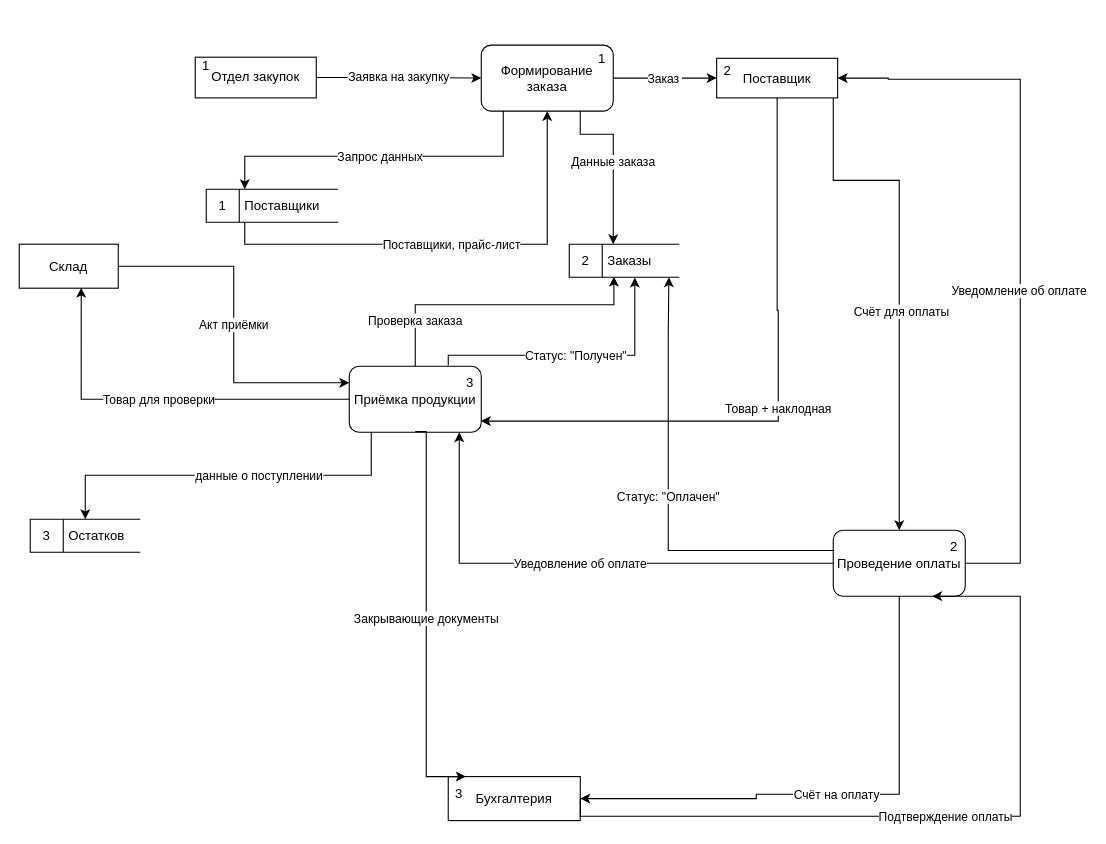
Earlier version of the draw.io diagram dfd_декомпозиция.drawio (Dasha-Angel/work). Source tidied: cells renumbered, new cells numbered last; positions are measured from the earlier drawing's top-left corner, leaving out a move shared by most shapes. Both pictures are drawn from the tidied source at 110%, with x=0, y=0 at pixel (19, 42).
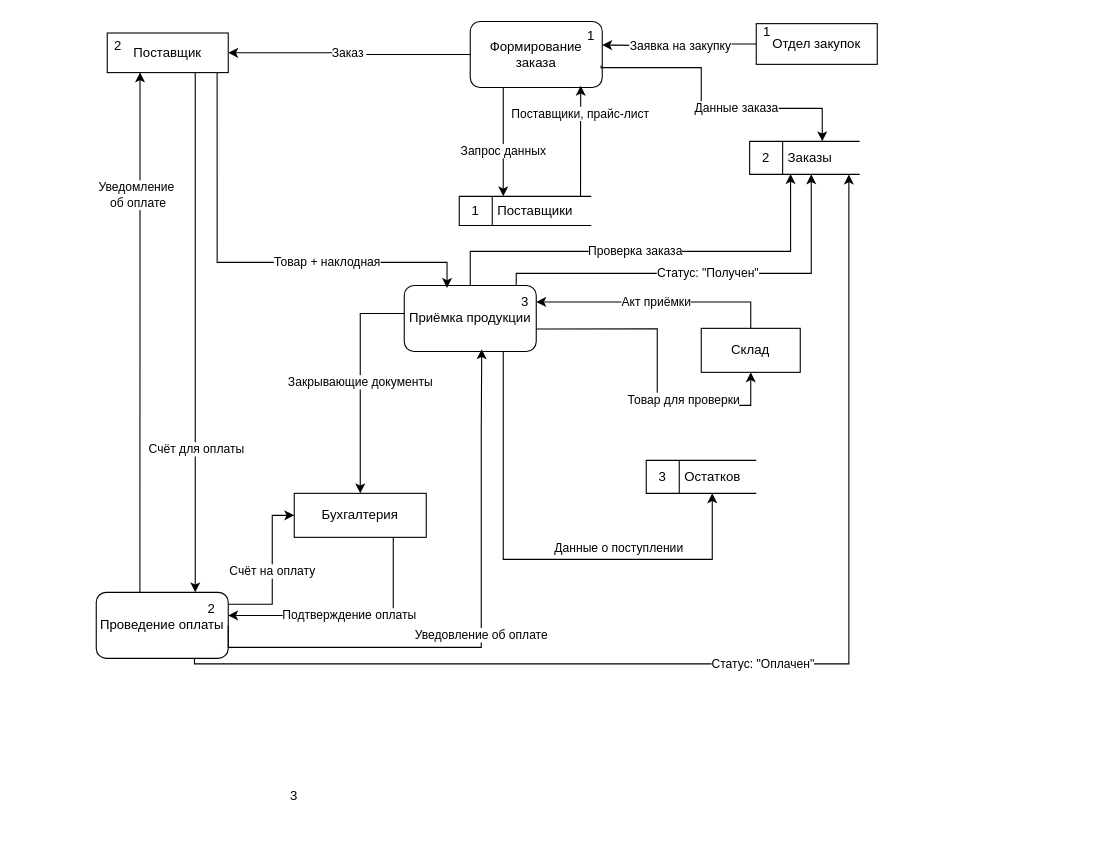
The same diagram, later.

The change refers to these unchanged cells:
```xml
<mxCell id="3" value="Отдел закупок" style="html=1;whiteSpace=wrap;" parent="2" vertex="1">
  <mxGeometry x="20" y="3" width="110" height="37" as="geometry" />
</mxCell>
<mxCell id="6" value="Поставщик" style="html=1;whiteSpace=wrap;" parent="5" vertex="1">
  <mxGeometry x="20" y="4" width="110" height="36" as="geometry" />
</mxCell>
<mxCell id="9" value="Формирование заказа" style="rounded=1;whiteSpace=wrap;html=1;" parent="8" vertex="1">
  <mxGeometry y="2.5" width="120" height="60" as="geometry" />
</mxCell>
<mxCell id="14" value="Проведение оплаты" style="rounded=1;whiteSpace=wrap;html=1;" parent="13" vertex="1">
  <mxGeometry width="120" height="60" as="geometry" />
</mxCell>
<mxCell id="17" value="Приёмка продукции" style="rounded=1;whiteSpace=wrap;html=1;" parent="16" vertex="1">
  <mxGeometry y="1" width="120" height="60" as="geometry" />
</mxCell>
<mxCell id="18" value="3" style="text;html=1;whiteSpace=wrap;strokeColor=none;fillColor=none;align=center;verticalAlign=middle;rounded=0;" parent="16" vertex="1">
  <mxGeometry x="100" y="1" width="20" height="30" as="geometry" />
</mxCell>
```

Diff of the diagram source:
```diff
@@
     <mxCell id="2" style="group;" parent="1" vertex="1">
-      <mxGeometry x="140" y="10.5" width="130" height="40" as="geometry" />
+      <mxGeometry x="650" y="-20" width="130" height="40" as="geometry" />
     </mxCell>
@@
     <mxCell id="5" style="group;" parent="1" vertex="1">
-      <mxGeometry x="614" y="10.5" width="130" height="54" as="geometry" />
+      <mxGeometry x="60" y="-12.5" width="130" height="54" as="geometry" />
     </mxCell>
@@
     <mxCell id="8" style="group;" parent="1" vertex="1">
-      <mxGeometry x="420" width="140" height="61" as="geometry" />
+      <mxGeometry x="410" y="-21.5" width="140" height="61" as="geometry" />
     </mxCell>
@@
-    <mxCell id="10" value="1" style="text;html=1;whiteSpace=wrap;strokeColor=none;fillColor=none;align=center;verticalAlign=middle;rounded=0;" parent="8" vertex="1">
-      <mxGeometry x="80" width="60" height="30" as="geometry" />
-    </mxCell>
-    <mxCell id="11" value="Заказ&amp;nbsp;" style="edgeStyle=orthogonalEdgeStyle;rounded=0;jettySize=auto;html=1;" parent="1" edge="1" source="9" target="6">
+    <mxCell id="11" value="Заказ&amp;nbsp;" style="edgeStyle=orthogonalEdgeStyle;rounded=0;jettySize=auto;html=1;exitX=0;exitY=0.5;exitDx=0;exitDy=0;" parent="1" edge="1" source="9" target="6">
       <mxGeometry relative="1" as="geometry" />
     </mxCell>
     <mxCell id="12" value="Бухгалтерия" style="rounded=0;whiteSpace=wrap;html=1;" parent="1" vertex="1">
-      <mxGeometry x="390" y="667.5" width="120" height="40" as="geometry" />
+      <mxGeometry x="250" y="410" width="120" height="40" as="geometry" />
     </mxCell>
     <mxCell id="13" style="group;" parent="1" vertex="1">
-      <mxGeometry x="740" y="443.5" width="140" height="60" as="geometry" />
+      <mxGeometry x="70" y="500" width="140" height="60" as="geometry" />
     </mxCell>
@@
     <mxCell id="15" value="2" style="text;html=1;whiteSpace=wrap;strokeColor=none;fillColor=none;align=center;verticalAlign=middle;rounded=0;" parent="13" vertex="1">
-      <mxGeometry x="80" width="60" height="30" as="geometry" />
+      <mxGeometry x="90" width="30" height="30" as="geometry" />
     </mxCell>
     <mxCell id="16" style="group;" parent="1" vertex="1">
-      <mxGeometry x="300" y="293.5" width="140" height="61" as="geometry" />
+      <mxGeometry x="350" y="220" width="140" height="61" as="geometry" />
     </mxCell>
@@
     <mxCell id="19" value="Склад" style="rounded=0;whiteSpace=wrap;html=1;" parent="1" vertex="1">
-      <mxGeometry y="183.5" width="90" height="40" as="geometry" />
+      <mxGeometry x="620" y="260" width="90" height="40" as="geometry" />
     </mxCell>
-    <mxCell id="20" value="Подтверждение оплаты" style="edgeStyle=orthogonalEdgeStyle;rounded=0;jettySize=auto;html=1;entryX=0.75;entryY=1;entryDx=0;entryDy=0;exitX=1;exitY=0.5;exitDx=0;exitDy=0;" parent="1" edge="1" source="12" target="14">
+    <mxCell id="20" value="Подтверждение оплаты" style="edgeStyle=orthogonalEdgeStyle;rounded=0;jettySize=auto;html=1;exitX=0.75;exitY=1;exitDx=0;exitDy=0;entryX=0.998;entryY=0.7;entryDx=0;entryDy=0;entryPerimeter=0;" parent="1" edge="1" source="12" target="15">
       <mxGeometry relative="1" as="geometry">
         <Array as="points">
-          <mxPoint x="510" y="703.5" />
-          <mxPoint x="910" y="703.5" />
+          <mxPoint x="340" y="521" />
         </Array>
       </mxGeometry>
     </mxCell>
-    <mxCell id="21" value="Товар + наклодная" style="edgeStyle=orthogonalEdgeStyle;rounded=0;jettySize=auto;html=1;entryX=0.997;entryY=0.83;entryDx=0;entryDy=0;entryPerimeter=0;" parent="1" edge="1" source="6" target="17">
-      <mxGeometry relative="1" as="geometry">
-        <Array as="points">
-          <mxPoint x="689" y="243.5" />
-          <mxPoint x="690" y="243.5" />
-          <mxPoint x="690" y="344.5" />
-        </Array>
-      </mxGeometry>
-    </mxCell>
-    <mxCell id="22" value="Поставщики, прайс-лист" style="edgeStyle=orthogonalEdgeStyle;rounded=0;jettySize=auto;html=1;entryX=0.5;entryY=1;entryDx=0;entryDy=0;" parent="1" edge="1" source="23" target="9">
-      <mxGeometry relative="1" as="geometry">
+    <mxCell id="22" value="Поставщики, прайс-лист" style="edgeStyle=orthogonalEdgeStyle;rounded=0;jettySize=auto;html=1;entryX=0.837;entryY=0.976;entryDx=0;entryDy=0;exitX=0.919;exitY=0.01;exitDx=0;exitDy=0;exitPerimeter=0;entryPerimeter=0;" parent="1" edge="1" source="23" target="9">
+      <mxGeometry x="0.48" relative="1" as="geometry">
         <Array as="points">
-          <mxPoint x="205" y="183.5" />
-          <mxPoint x="480" y="183.5" />
+          <mxPoint x="510" y="80" />
+          <mxPoint x="510" y="80" />
         </Array>
       </mxGeometry>
     </mxCell>
     <mxCell id="23" value="&amp;nbsp; 1&amp;nbsp; &amp;nbsp; &amp;nbsp;Поставщики" style="html=1;dashed=0;whiteSpace=wrap;shape=mxgraph.dfd.dataStoreID;align=left;spacingLeft=3;points=[[0,0],[0.5,0],[1,0],[0,0.5],[1,0.5],[0,1],[0.5,1],[1,1]];" parent="1" vertex="1">
-      <mxGeometry x="170" y="133.5" width="120" height="30" as="geometry" />
+      <mxGeometry x="400" y="140" width="120" height="26.5" as="geometry" />
     </mxCell>
-    <mxCell id="24" value="Заявка на закупку" style="edgeStyle=orthogonalEdgeStyle;rounded=0;jettySize=auto;html=1;entryX=0;entryY=0.5;entryDx=0;entryDy=0;" parent="1" edge="1" source="3" target="9">
-      <mxGeometry relative="1" as="geometry" />
+    <mxCell id="24" value="Заявка на закупку" style="edgeStyle=orthogonalEdgeStyle;rounded=0;jettySize=auto;html=1;" parent="1" edge="1" source="3">
+      <mxGeometry relative="1" as="geometry">
+        <mxPoint x="530" y="2.5" as="targetPoint" />
+      </mxGeometry>
     </mxCell>
     <mxCell id="25" value="&amp;nbsp; 2&amp;nbsp; &amp;nbsp; &amp;nbsp;Заказы" style="html=1;dashed=0;whiteSpace=wrap;shape=mxgraph.dfd.dataStoreID;align=left;spacingLeft=3;points=[[0,0],[0.5,0],[1,0],[0,0.5],[1,0.5],[0,1],[0.5,1],[1,1]];" parent="1" vertex="1">
-      <mxGeometry x="500" y="183.5" width="100" height="30" as="geometry" />
+      <mxGeometry x="664" y="90" width="100" height="30" as="geometry" />
     </mxCell>
-    <mxCell id="26" value="Данные заказа" style="edgeStyle=orthogonalEdgeStyle;rounded=0;jettySize=auto;html=1;exitX=0.75;exitY=1;exitDx=0;exitDy=0;" parent="1" edge="1" source="9">
-      <mxGeometry relative="1" as="geometry">
-        <mxPoint x="540" y="183.5" as="targetPoint" />
+    <mxCell id="26" value="Данные заказа" style="edgeStyle=orthogonalEdgeStyle;rounded=0;jettySize=auto;html=1;exitX=0.991;exitY=0.667;exitDx=0;exitDy=0;exitPerimeter=0;" parent="1" edge="1" source="9">
+      <mxGeometry x="0.2" relative="1" as="geometry">
+        <mxPoint x="730" y="90" as="targetPoint" />
         <Array as="points">
-          <mxPoint x="510" y="83.5" />
-          <mxPoint x="540" y="83.5" />
+          <mxPoint x="620" y="23" />
+          <mxPoint x="620" y="60" />
+          <mxPoint x="730" y="60" />
         </Array>
       </mxGeometry>
     </mxCell>
-    <mxCell id="27" value="Статус: &quot;Оплачен&quot;" style="edgeStyle=orthogonalEdgeStyle;rounded=0;jettySize=auto;html=1;entryX=0.906;entryY=1.005;entryDx=0;entryDy=0;exitX=0.008;exitY=0.307;exitDx=0;exitDy=0;exitPerimeter=0;entryPerimeter=0;" parent="1" edge="1" source="14" target="25">
+    <mxCell id="27" value="Статус: &quot;Оплачен&quot;" style="edgeStyle=orthogonalEdgeStyle;rounded=0;jettySize=auto;html=1;entryX=0.902;entryY=1.008;entryDx=0;entryDy=0;exitX=0.744;exitY=0.997;exitDx=0;exitDy=0;entryPerimeter=0;exitPerimeter=0;" parent="1" edge="1" source="14" target="25">
       <mxGeometry relative="1" as="geometry">
         <Array as="points">
-          <mxPoint x="590" y="461.5" />
-          <mxPoint x="590" y="263.5" />
-          <mxPoint x="591" y="263.5" />
+          <mxPoint x="159" y="565" />
+          <mxPoint x="754" y="565" />
         </Array>
       </mxGeometry>
     </mxCell>
-    <mxCell id="28" value="Уведовление об оплате" style="edgeStyle=orthogonalEdgeStyle;rounded=0;jettySize=auto;html=1;" parent="1" edge="1" source="14" target="17">
+    <mxCell id="28" value="Уведовление об оплате" style="edgeStyle=orthogonalEdgeStyle;rounded=0;jettySize=auto;html=1;entryX=0.587;entryY=0.966;entryDx=0;entryDy=0;entryPerimeter=0;exitX=1;exitY=0.5;exitDx=0;exitDy=0;" parent="1" edge="1" source="14" target="17">
       <mxGeometry relative="1" as="geometry">
         <Array as="points">
-          <mxPoint x="400" y="473.5" />
+          <mxPoint x="190" y="550" />
+          <mxPoint x="420" y="550" />
+          <mxPoint x="420" y="352" />
         </Array>
       </mxGeometry>
     </mxCell>
-    <mxCell id="29" value="Акт приёмки" style="edgeStyle=orthogonalEdgeStyle;rounded=0;jettySize=auto;html=1;entryX=0;entryY=0.25;entryDx=0;entryDy=0;" parent="1" edge="1" source="19" target="17">
+    <mxCell id="29" value="Акт приёмки" style="edgeStyle=orthogonalEdgeStyle;rounded=0;jettySize=auto;html=1;entryX=1;entryY=0.5;entryDx=0;entryDy=0;exitX=0.5;exitY=0;exitDx=0;exitDy=0;" parent="1" edge="1" source="19" target="18">
       <mxGeometry relative="1" as="geometry" />
     </mxCell>
-    <mxCell id="30" value="Товар для проверки" style="edgeStyle=orthogonalEdgeStyle;rounded=0;jettySize=auto;html=1;entryX=0.626;entryY=0.988;entryDx=0;entryDy=0;entryPerimeter=0;" parent="1" edge="1" source="17" target="19">
-      <mxGeometry relative="1" as="geometry" />
+    <mxCell id="30" value="Товар для проверки" style="edgeStyle=orthogonalEdgeStyle;rounded=0;jettySize=auto;html=1;entryX=0.5;entryY=1;entryDx=0;entryDy=0;exitX=1.002;exitY=0.659;exitDx=0;exitDy=0;exitPerimeter=0;" parent="1" edge="1" source="17" target="19">
+      <mxGeometry x="0.38" y="5" relative="1" as="geometry">
+        <Array as="points">
+          <mxPoint x="580" y="261" />
+          <mxPoint x="580" y="330" />
+          <mxPoint x="665" y="330" />
+        </Array>
+      </mxGeometry>
     </mxCell>
     <mxCell id="31" value="&amp;nbsp; 3&amp;nbsp; &amp;nbsp; &amp;nbsp;Остатков" style="html=1;dashed=0;whiteSpace=wrap;shape=mxgraph.dfd.dataStoreID;align=left;spacingLeft=3;points=[[0,0],[0.5,0],[1,0],[0,0.5],[1,0.5],[0,1],[0.5,1],[1,1]];" parent="1" vertex="1">
-      <mxGeometry x="10" y="433.5" width="100" height="30" as="geometry" />
+      <mxGeometry x="570" y="380" width="100" height="30" as="geometry" />
     </mxCell>
-    <mxCell id="32" value="Запрос данных" style="edgeStyle=orthogonalEdgeStyle;rounded=0;jettySize=auto;html=1;" parent="1" edge="1" source="9" target="23">
-      <mxGeometry relative="1" as="geometry">
+    <mxCell id="32" value="Запрос данных" style="edgeStyle=orthogonalEdgeStyle;rounded=0;jettySize=auto;html=1;" parent="1" edge="1" source="9">
+      <mxGeometry x="0.18" relative="1" as="geometry">
+        <mxPoint x="440" y="140" as="targetPoint" />
         <Array as="points">
-          <mxPoint x="440" y="103.5" />
-          <mxPoint x="205" y="103.5" />
+          <mxPoint x="440" y="140" />
         </Array>
       </mxGeometry>
     </mxCell>
-    <mxCell id="33" style="edgeStyle=orthogonalEdgeStyle;rounded=0;jettySize=auto;html=1;" parent="1" edge="1" source="6" target="14">
+    <mxCell id="33" style="edgeStyle=orthogonalEdgeStyle;rounded=0;jettySize=auto;html=1;exitX=0.727;exitY=1.001;exitDx=0;exitDy=0;exitPerimeter=0;" parent="1" edge="1" source="6">
       <mxGeometry relative="1" as="geometry">
+        <mxPoint x="160" y="500" as="targetPoint" />
         <Array as="points">
-          <mxPoint x="740" y="125.5" />
+          <mxPoint x="160" y="32" />
+          <mxPoint x="160" y="32" />
         </Array>
       </mxGeometry>
     </mxCell>
     <mxCell id="34" value="Счёт для оплаты" style="edgeLabel;html=1;align=center;verticalAlign=middle;" parent="33" vertex="1">
-      <mxGeometry x="0.12" y="1" relative="1" as="geometry" />
+      <mxGeometry x="0.12" y="1" relative="1" as="geometry">
+        <mxPoint x="-1" y="77" as="offset" />
+      </mxGeometry>
     </mxCell>
-    <mxCell id="35" value="Счёт на оплату" style="edgeStyle=orthogonalEdgeStyle;rounded=0;jettySize=auto;html=1;endArrow=classic;endFill=1;" parent="1" edge="1" source="14" target="12">
+    <mxCell id="35" value="Счёт на оплату" style="edgeStyle=orthogonalEdgeStyle;rounded=0;jettySize=auto;html=1;endArrow=classic;endFill=1;exitX=1;exitY=0.359;exitDx=0;exitDy=0;exitPerimeter=0;" parent="1" edge="1" source="15" target="12">
       <mxGeometry relative="1" as="geometry">
         <Array as="points">
-          <mxPoint x="800" y="683.5" />
-          <mxPoint x="670" y="683.5" />
-          <mxPoint x="670" y="687.5" />
+          <mxPoint x="230" y="511" />
+          <mxPoint x="230" y="430" />
         </Array>
       </mxGeometry>
     </mxCell>
-    <mxCell id="36" style="edgeStyle=orthogonalEdgeStyle;rounded=0;jettySize=auto;html=1;entryX=1;entryY=0.5;entryDx=0;entryDy=0;" parent="1" edge="1" source="14" target="6">
-      <mxGeometry relative="1" as="geometry">
-        <Array as="points">
-          <mxPoint x="910" y="473.5" />
-          <mxPoint x="910" y="33.5" />
-          <mxPoint x="790" y="33.5" />
-          <mxPoint x="790" y="32.5" />
-        </Array>
-      </mxGeometry>
-    </mxCell>
-    <mxCell id="37" value="Уведомление об оплате" style="edgeLabel;html=1;align=center;verticalAlign=middle;" parent="36" vertex="1">
-      <mxGeometry x="0.19" y="2" relative="1" as="geometry">
-        <mxPoint y="93" as="offset" />
-      </mxGeometry>
-    </mxCell>
-    <mxCell id="38" value="Проверка заказа" style="edgeStyle=orthogonalEdgeStyle;rounded=0;jettySize=auto;html=1;entryX=0.406;entryY=0.983;entryDx=0;entryDy=0;exitX=0.5;exitY=0;exitDx=0;exitDy=0;entryPerimeter=0;" parent="1" edge="1" source="17" target="25">
-      <mxGeometry x="-0.68" relative="1" as="geometry">
+    <mxCell id="38" value="Проверка заказа" style="edgeStyle=orthogonalEdgeStyle;rounded=0;jettySize=auto;html=1;entryX=0.372;entryY=0.992;entryDx=0;entryDy=0;exitX=0.5;exitY=0;exitDx=0;exitDy=0;entryPerimeter=0;" parent="1" edge="1" source="17" target="25">
+      <mxGeometry x="-0.08" relative="1" as="geometry">
         <Array as="points">
-          <mxPoint x="360" y="238.5" />
-          <mxPoint x="541" y="238.5" />
-          <mxPoint x="541" y="213.5" />
-          <mxPoint x="541" y="213.5" />
+          <mxPoint x="410" y="190" />
+          <mxPoint x="701" y="190" />
+          <mxPoint x="701" y="120" />
         </Array>
       </mxGeometry>
     </mxCell>
-    <mxCell id="39" value="Статус: &quot;Получен&quot;" style="edgeStyle=orthogonalEdgeStyle;rounded=0;jettySize=auto;html=1;entryX=0.596;entryY=1.009;entryDx=0;entryDy=0;entryPerimeter=0;" parent="1" edge="1" target="25">
+    <mxCell id="39" value="Статус: &quot;Получен&quot;" style="edgeStyle=orthogonalEdgeStyle;rounded=0;jettySize=auto;html=1;exitX=0.848;exitY=0;exitDx=0;exitDy=0;exitPerimeter=0;" parent="1" edge="1" source="17">
       <mxGeometry relative="1" as="geometry">
-        <mxPoint x="390" y="293.5" as="sourcePoint" />
+        <mxPoint x="720" y="120" as="targetPoint" />
         <Array as="points">
-          <mxPoint x="390" y="284.5" />
-          <mxPoint x="560" y="284.5" />
-          <mxPoint x="560" y="213.5" />
+          <mxPoint x="452" y="210" />
+          <mxPoint x="720" y="210" />
         </Array>
       </mxGeometry>
     </mxCell>
-    <mxCell id="40" value="данные о поступлении" style="edgeStyle=orthogonalEdgeStyle;rounded=0;jettySize=auto;html=1;entryX=0.5;entryY=0;entryDx=0;entryDy=0;" parent="1" edge="1" source="17" target="31">
-      <mxGeometry x="-0.17" relative="1" as="geometry">
+    <mxCell id="40" value="Данные о поступлении" style="edgeStyle=orthogonalEdgeStyle;rounded=0;jettySize=auto;html=1;exitX=0.75;exitY=1;exitDx=0;exitDy=0;" parent="1" edge="1" source="17">
+      <mxGeometry x="0.34" y="10" relative="1" as="geometry">
+        <mxPoint x="630" y="410" as="targetPoint" />
         <Array as="points">
-          <mxPoint x="320" y="393.5" />
-          <mxPoint x="60" y="393.5" />
+          <mxPoint x="440" y="470" />
+          <mxPoint x="630" y="470" />
+          <mxPoint x="630" y="410" />
         </Array>
       </mxGeometry>
     </mxCell>
-    <mxCell id="41" value="Закрывающие документы" style="edgeStyle=orthogonalEdgeStyle;rounded=0;orthogonalLoop=1;jettySize=auto;html=1;entryX=0.133;entryY=0.014;entryDx=0;entryDy=0;entryPerimeter=0;" parent="1" edge="1">
+    <mxCell id="41" value="Закрывающие документы" style="edgeStyle=orthogonalEdgeStyle;rounded=0;jettySize=auto;html=1;entryX=0.5;entryY=0;entryDx=0;entryDy=0;exitX=0;exitY=0.425;exitDx=0;exitDy=0;exitPerimeter=0;" parent="1" edge="1" source="17" target="12">
       <mxGeometry relative="1" as="geometry">
-        <mxPoint x="360" y="353.9" as="sourcePoint" />
-        <mxPoint x="406" y="667.5" as="targetPoint" />
         <Array as="points">
-          <mxPoint x="370" y="353.5" />
-          <mxPoint x="370" y="667.5" />
+          <mxPoint x="310" y="247" />
         </Array>
       </mxGeometry>
     </mxCell>
     <mxCell id="42" value="3" style="text;html=1;whiteSpace=wrap;strokeColor=none;fillColor=none;align=center;verticalAlign=middle;rounded=0;" parent="1" vertex="1">
-      <mxGeometry x="370" y="667.5" width="60" height="30" as="geometry" />
+      <mxGeometry x="220" y="669.5" width="60" height="30" as="geometry" />
     </mxCell>
+    <mxCell id="36" style="edgeStyle=orthogonalEdgeStyle;rounded=0;orthogonalLoop=1;jettySize=auto;html=1;entryX=0.271;entryY=1.01;entryDx=0;entryDy=0;entryPerimeter=0;exitX=0.331;exitY=0.009;exitDx=0;exitDy=0;exitPerimeter=0;" parent="1" edge="1">
+      <mxGeometry relative="1" as="geometry">
+        <mxPoint x="109.7" y="500" as="sourcePoint" />
+        <mxPoint x="109.8" y="27.3" as="targetPoint" />
+        <Array as="points">
+          <mxPoint x="110" y="491" />
+          <mxPoint x="110" y="491" />
+        </Array>
+      </mxGeometry>
+    </mxCell>
+    <mxCell id="37" value="Уведомление&amp;nbsp;&lt;div&gt;об оплате&lt;/div&gt;" style="edgeLabel;html=1;align=center;verticalAlign=middle;" parent="36" vertex="1">
+      <mxGeometry x="0.19" y="2" relative="1" as="geometry">
+        <mxPoint y="-80" as="offset" />
+      </mxGeometry>
+    </mxCell>
+    <mxCell id="10" value="1" style="text;html=1;whiteSpace=wrap;strokeColor=none;fillColor=none;align=center;verticalAlign=middle;rounded=0;" parent="1" vertex="1">
+      <mxGeometry x="490" y="-21.5" width="60" height="30" as="geometry" />
+    </mxCell>
+    <mxCell id="21" value="Товар + наклодная" style="edgeStyle=orthogonalEdgeStyle;rounded=0;jettySize=auto;html=1;exitX=0.908;exitY=1;exitDx=0;exitDy=0;exitPerimeter=0;entryX=0.324;entryY=0.037;entryDx=0;entryDy=0;entryPerimeter=0;" parent="1" edge="1" source="6" target="17">
+      <mxGeometry x="0.35" relative="1" as="geometry">
+        <Array as="points">
+          <mxPoint x="180" y="200" />
+          <mxPoint x="389" y="200" />
+        </Array>
+      </mxGeometry>
+    </mxCell>
```
